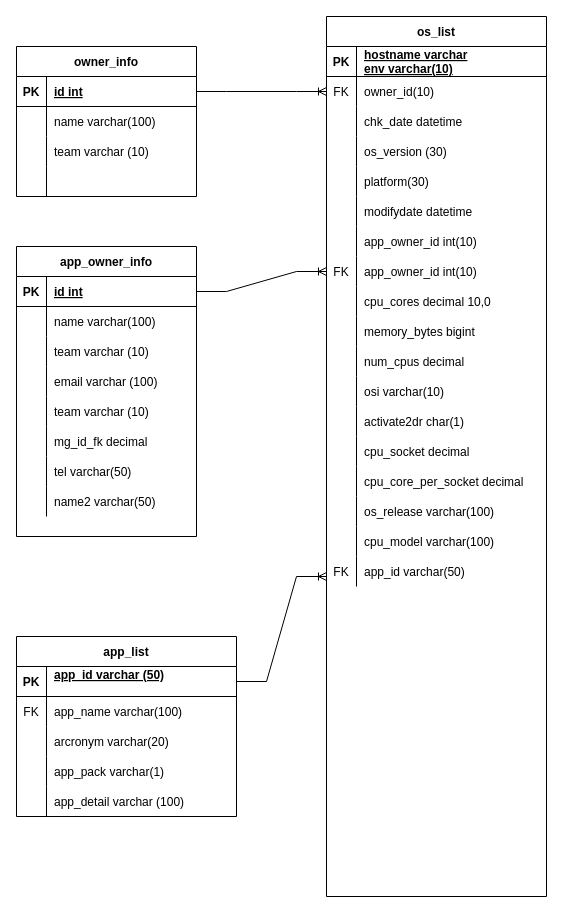
Above: diagram/dashb_er2.drawio in numnimjun/diagram (draw.io), before the change. Source tidied: cells renumbered, new cells numbered last; positions are measured from the earlier drawing's top-left corner, leaving out a move shared by most shapes. Both pictures are drawn from the tidied source at 100%, with x=0, y=0 at pixel (16, 16).
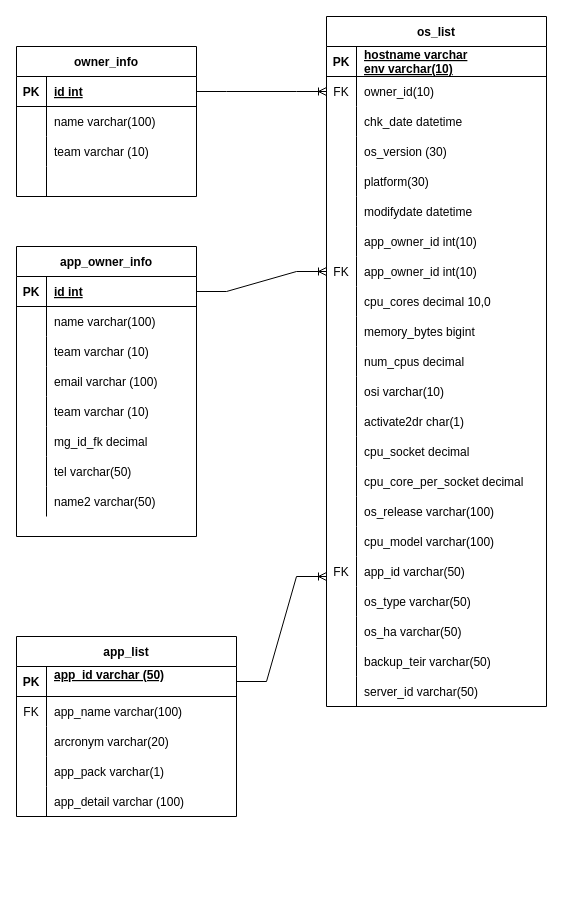
The same diagram, later.

What changed in the source:
```diff
@@
     <mxCell id="42" value="os_list" style="shape=table;startSize=30;childLayout=tableLayout;rowLines=0;fontStyle=1;align=center;" parent="1" vertex="1">
-      <mxGeometry x="310" width="220" height="880" as="geometry" />
+      <mxGeometry x="310" width="220" height="690" as="geometry" />
     </mxCell>
@@
+    <mxCell id="114" style="shape=tableRow;horizontal=0;startSize=0;swimlaneHead=0;swimlaneBody=0;fillColor=none;top=0;left=0;right=0;bottom=0;" parent="42" vertex="1">
+      <mxGeometry y="540" width="220" height="30" as="geometry" />
+    </mxCell>
+    <mxCell id="115" value="FK" style="shape=partialRectangle;fillColor=none;top=0;left=0;bottom=0;right=0;overflow=hidden;" parent="114" vertex="1">
+      <mxGeometry width="30" height="30" as="geometry" />
+    </mxCell>
+    <mxCell id="116" value="app_id varchar(50)" style="shape=partialRectangle;fillColor=none;top=0;left=0;bottom=0;right=0;align=left;spacingLeft=6;overflow=hidden;" parent="114" vertex="1">
+      <mxGeometry x="30" width="190" height="30" as="geometry" />
+    </mxCell>
     <mxCell id="94" style="shape=tableRow;horizontal=0;startSize=0;swimlaneHead=0;swimlaneBody=0;fillColor=none;top=0;left=0;right=0;bottom=0;" parent="42" vertex="1">
-      <mxGeometry y="540" width="220" height="30" as="geometry" />
+      <mxGeometry y="570" width="220" height="30" as="geometry" />
     </mxCell>
-    <mxCell id="95" value="FK" style="shape=partialRectangle;fillColor=none;top=0;left=0;bottom=0;right=0;overflow=hidden;" parent="94" vertex="1">
+    <mxCell id="95" style="shape=partialRectangle;fillColor=none;top=0;left=0;bottom=0;right=0;overflow=hidden;" parent="94" vertex="1">
       <mxGeometry width="30" height="30" as="geometry" />
     </mxCell>
-    <mxCell id="96" value="app_id varchar(50)" style="shape=partialRectangle;fillColor=none;top=0;left=0;bottom=0;right=0;align=left;spacingLeft=6;overflow=hidden;" parent="94" vertex="1">
+    <mxCell id="96" value="os_type varchar(50)" style="shape=partialRectangle;fillColor=none;top=0;left=0;bottom=0;right=0;align=left;spacingLeft=6;overflow=hidden;" parent="94" vertex="1">
       <mxGeometry x="30" width="190" height="30" as="geometry" />
     </mxCell>
+    <mxCell id="117" style="shape=tableRow;horizontal=0;startSize=0;swimlaneHead=0;swimlaneBody=0;fillColor=none;top=0;left=0;right=0;bottom=0;" parent="42" vertex="1">
+      <mxGeometry y="600" width="220" height="30" as="geometry" />
+    </mxCell>
+    <mxCell id="118" style="shape=partialRectangle;fillColor=none;top=0;left=0;bottom=0;right=0;overflow=hidden;" parent="117" vertex="1">
+      <mxGeometry width="30" height="30" as="geometry" />
+    </mxCell>
+    <mxCell id="119" value="os_ha varchar(50)" style="shape=partialRectangle;fillColor=none;top=0;left=0;bottom=0;right=0;align=left;spacingLeft=6;overflow=hidden;" parent="117" vertex="1">
+      <mxGeometry x="30" width="190" height="30" as="geometry" />
+    </mxCell>
+    <mxCell id="120" style="shape=tableRow;horizontal=0;startSize=0;swimlaneHead=0;swimlaneBody=0;fillColor=none;top=0;left=0;right=0;bottom=0;" parent="42" vertex="1">
+      <mxGeometry y="630" width="220" height="30" as="geometry" />
+    </mxCell>
+    <mxCell id="121" style="shape=partialRectangle;fillColor=none;top=0;left=0;bottom=0;right=0;overflow=hidden;" parent="120" vertex="1">
+      <mxGeometry width="30" height="30" as="geometry" />
+    </mxCell>
+    <mxCell id="122" value="backup_teir varchar(50)" style="shape=partialRectangle;fillColor=none;top=0;left=0;bottom=0;right=0;align=left;spacingLeft=6;overflow=hidden;" parent="120" vertex="1">
+      <mxGeometry x="30" width="190" height="30" as="geometry" />
+    </mxCell>
+    <mxCell id="123" style="shape=tableRow;horizontal=0;startSize=0;swimlaneHead=0;swimlaneBody=0;fillColor=none;top=0;left=0;right=0;bottom=0;" parent="42" vertex="1">
+      <mxGeometry y="660" width="220" height="30" as="geometry" />
+    </mxCell>
+    <mxCell id="124" style="shape=partialRectangle;fillColor=none;top=0;left=0;bottom=0;right=0;overflow=hidden;" parent="123" vertex="1">
+      <mxGeometry width="30" height="30" as="geometry" />
+    </mxCell>
+    <mxCell id="125" value="server_id varchar(50)" style="shape=partialRectangle;fillColor=none;top=0;left=0;bottom=0;right=0;align=left;spacingLeft=6;overflow=hidden;" parent="123" vertex="1">
+      <mxGeometry x="30" width="190" height="30" as="geometry" />
+    </mxCell>
```
